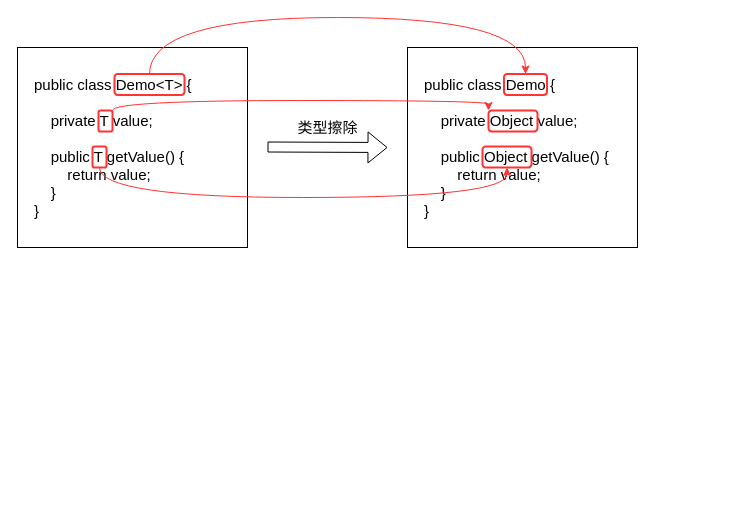
This is Java 语法糖：泛型/Java 语法糖：泛型.drawio from zero-97/picture-of-the-article, a draw.io file, before an edit. Source tidied: cells renumbered, new cells numbered last; positions are measured from the earlier drawing's top-left corner, leaving out a move shared by most shapes. Both pictures are drawn from the tidied source at 100%, with x=0, y=0 at pixel (17, 17).
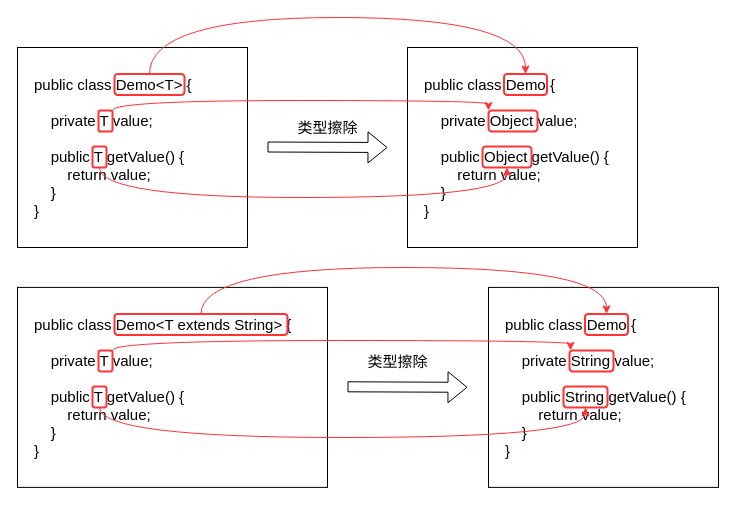
The same page after the edit.

Commit message (it also covers changes not shown here):
Update Java 语法糖：泛型.drawio

The edit, as a diff of the source:
```diff
@@
+    <mxCell id="15" value="&lt;div&gt;&lt;div&gt;&lt;span style=&quot;font-size: 15px&quot;&gt;public class Demo&amp;lt;T extends String&amp;gt; {&lt;/span&gt;&lt;/div&gt;&lt;div&gt;&lt;span style=&quot;font-size: 15px&quot;&gt;&amp;nbsp; &amp;nbsp;&amp;nbsp;&lt;/span&gt;&lt;/div&gt;&lt;div&gt;&lt;span style=&quot;font-size: 15px&quot;&gt;&amp;nbsp; &amp;nbsp; private T value;&lt;/span&gt;&lt;/div&gt;&lt;div&gt;&lt;span style=&quot;font-size: 15px&quot;&gt;&lt;br&gt;&lt;/span&gt;&lt;/div&gt;&lt;div&gt;&lt;span style=&quot;font-size: 15px&quot;&gt;&amp;nbsp; &amp;nbsp; public T getValue() {&lt;/span&gt;&lt;/div&gt;&lt;div&gt;&lt;span style=&quot;font-size: 15px&quot;&gt;&amp;nbsp; &amp;nbsp; &amp;nbsp; &amp;nbsp; return value;&lt;/span&gt;&lt;/div&gt;&lt;div&gt;&lt;span style=&quot;font-size: 15px&quot;&gt;&amp;nbsp; &amp;nbsp; }&lt;/span&gt;&lt;/div&gt;&lt;div&gt;&lt;span style=&quot;font-size: 15px&quot;&gt;}&lt;/span&gt;&lt;/div&gt;&lt;/div&gt;" style="rounded=0;whiteSpace=wrap;html=1;align=left;spacingLeft=15;" parent="1" vertex="1">
+      <mxGeometry y="269.9" width="310" height="200" as="geometry" />
+    </mxCell>
+    <mxCell id="16" value="&lt;div&gt;&lt;div&gt;&lt;span style=&quot;font-size: 15px&quot;&gt;public class Demo {&lt;/span&gt;&lt;/div&gt;&lt;div&gt;&lt;span style=&quot;font-size: 15px&quot;&gt;&amp;nbsp; &amp;nbsp;&amp;nbsp;&lt;/span&gt;&lt;/div&gt;&lt;div&gt;&lt;span style=&quot;font-size: 15px&quot;&gt;&amp;nbsp; &amp;nbsp; private String value;&lt;/span&gt;&lt;/div&gt;&lt;div&gt;&lt;span style=&quot;font-size: 15px&quot;&gt;&lt;br&gt;&lt;/span&gt;&lt;/div&gt;&lt;div&gt;&lt;span style=&quot;font-size: 15px&quot;&gt;&amp;nbsp; &amp;nbsp; public String getValue() {&lt;/span&gt;&lt;/div&gt;&lt;div&gt;&lt;span style=&quot;font-size: 15px&quot;&gt;&amp;nbsp; &amp;nbsp; &amp;nbsp; &amp;nbsp; return value;&lt;/span&gt;&lt;/div&gt;&lt;div&gt;&lt;span style=&quot;font-size: 15px&quot;&gt;&amp;nbsp; &amp;nbsp; }&lt;/span&gt;&lt;/div&gt;&lt;div&gt;&lt;span style=&quot;font-size: 15px&quot;&gt;}&lt;/span&gt;&lt;/div&gt;&lt;/div&gt;" style="rounded=0;whiteSpace=wrap;html=1;align=left;spacingLeft=15;" parent="1" vertex="1">
+      <mxGeometry x="471" y="269.9" width="230" height="200" as="geometry" />
+    </mxCell>
+    <mxCell id="17" style="shape=flexArrow;endArrow=classic;html=1;rounded=0;fontSize=15;" parent="1" edge="1">
+      <mxGeometry relative="1" as="geometry">
+        <mxPoint x="330" y="369.3" as="sourcePoint" />
+        <mxPoint x="450" y="369.8" as="targetPoint" />
+      </mxGeometry>
+    </mxCell>
+    <mxCell id="18" value="类型擦除" style="text;html=1;align=center;verticalAlign=middle;strokeColor=none;fillColor=none;fontSize=15;" parent="1" vertex="1">
+      <mxGeometry x="340" y="333.9" width="80" height="20" as="geometry" />
+    </mxCell>
+    <mxCell id="19" style="rounded=1;whiteSpace=wrap;html=1;fontSize=15;fillColor=none;strokeWidth=2;strokeColor=#FF3333;" parent="1" vertex="1">
+      <mxGeometry x="567.5" y="296.4" width="43" height="21" as="geometry" />
+    </mxCell>
+    <mxCell id="20" style="rounded=1;whiteSpace=wrap;html=1;fontSize=15;fillColor=none;strokeWidth=2;strokeColor=#FF3333;" parent="1" vertex="1">
+      <mxGeometry x="97" y="296.4" width="173" height="21" as="geometry" />
+    </mxCell>
+    <mxCell id="21" style="rounded=1;whiteSpace=wrap;html=1;fontSize=15;fillColor=none;strokeWidth=2;strokeColor=#FF3333;" parent="1" vertex="1">
+      <mxGeometry x="546" y="368.9" width="44" height="21" as="geometry" />
+    </mxCell>
+    <mxCell id="22" style="rounded=1;whiteSpace=wrap;html=1;fontSize=15;fillColor=none;strokeWidth=2;strokeColor=#FF3333;" parent="1" vertex="1">
+      <mxGeometry x="75" y="368.9" width="14" height="21" as="geometry" />
+    </mxCell>
+    <mxCell id="23" style="rounded=1;whiteSpace=wrap;html=1;fontSize=15;fillColor=none;strokeWidth=2;strokeColor=#FF3333;" parent="1" vertex="1">
+      <mxGeometry x="81" y="332.9" width="14" height="21" as="geometry" />
+    </mxCell>
+    <mxCell id="24" style="endArrow=classic;html=1;rounded=0;fontSize=15;exitX=0.5;exitY=0;exitDx=0;exitDy=0;entryX=0.5;entryY=0;entryDx=0;entryDy=0;edgeStyle=orthogonalEdgeStyle;curved=1;strokeColor=#FF3333;" parent="1" edge="1" source="20" target="19">
+      <mxGeometry relative="1" as="geometry">
+        <Array as="points">
+          <mxPoint x="184" y="250" />
+          <mxPoint x="589" y="250" />
+        </Array>
+      </mxGeometry>
+    </mxCell>
+    <mxCell id="25" style="endArrow=classic;html=1;rounded=0;fontSize=15;exitX=0.5;exitY=1;exitDx=0;exitDy=0;edgeStyle=orthogonalEdgeStyle;curved=1;strokeColor=#FF3333;entryX=0.5;entryY=1;entryDx=0;entryDy=0;" parent="1" edge="1" source="22" target="21">
+      <mxGeometry relative="1" as="geometry">
+        <Array as="points">
+          <mxPoint x="82" y="420" />
+          <mxPoint x="568" y="420" />
+        </Array>
+      </mxGeometry>
+    </mxCell>
+    <mxCell id="26" style="endArrow=classic;html=1;rounded=0;fontSize=15;strokeColor=#FF3333;exitX=1;exitY=0;exitDx=0;exitDy=0;entryX=0;entryY=0;entryDx=0;entryDy=0;edgeStyle=orthogonalEdgeStyle;curved=1;" parent="1" edge="1" source="23">
+      <mxGeometry relative="1" as="geometry">
+        <mxPoint x="553" y="332.9" as="targetPoint" />
+        <Array as="points">
+          <mxPoint x="95" y="323" />
+          <mxPoint x="553" y="323" />
+        </Array>
+      </mxGeometry>
+    </mxCell>
+    <mxCell id="27" style="rounded=1;whiteSpace=wrap;html=1;fontSize=15;fillColor=none;strokeWidth=2;strokeColor=#FF3333;" parent="1" vertex="1">
+      <mxGeometry x="552" y="332.9" width="44" height="21" as="geometry" />
+    </mxCell>
```
